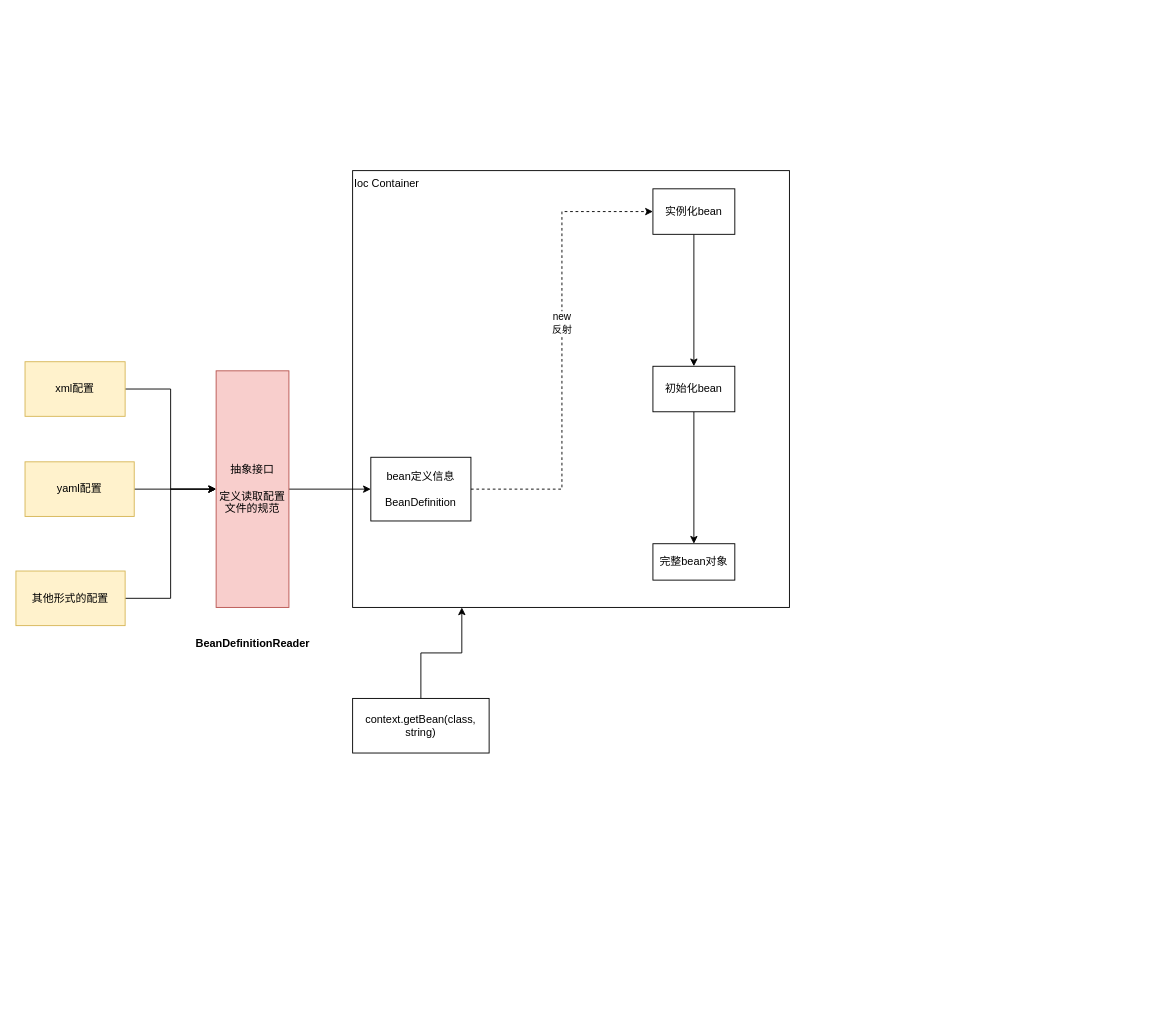
Before: java/IOC.drawio in shizimin123/draw, a draw.io diagram. Source tidied: cells renumbered, new cells numbered last; positions are measured from the earlier drawing's top-left corner, leaving out a move shared by most shapes. Both pictures are drawn from the tidied source at 91%, with x=0, y=0 at pixel (15, 170).
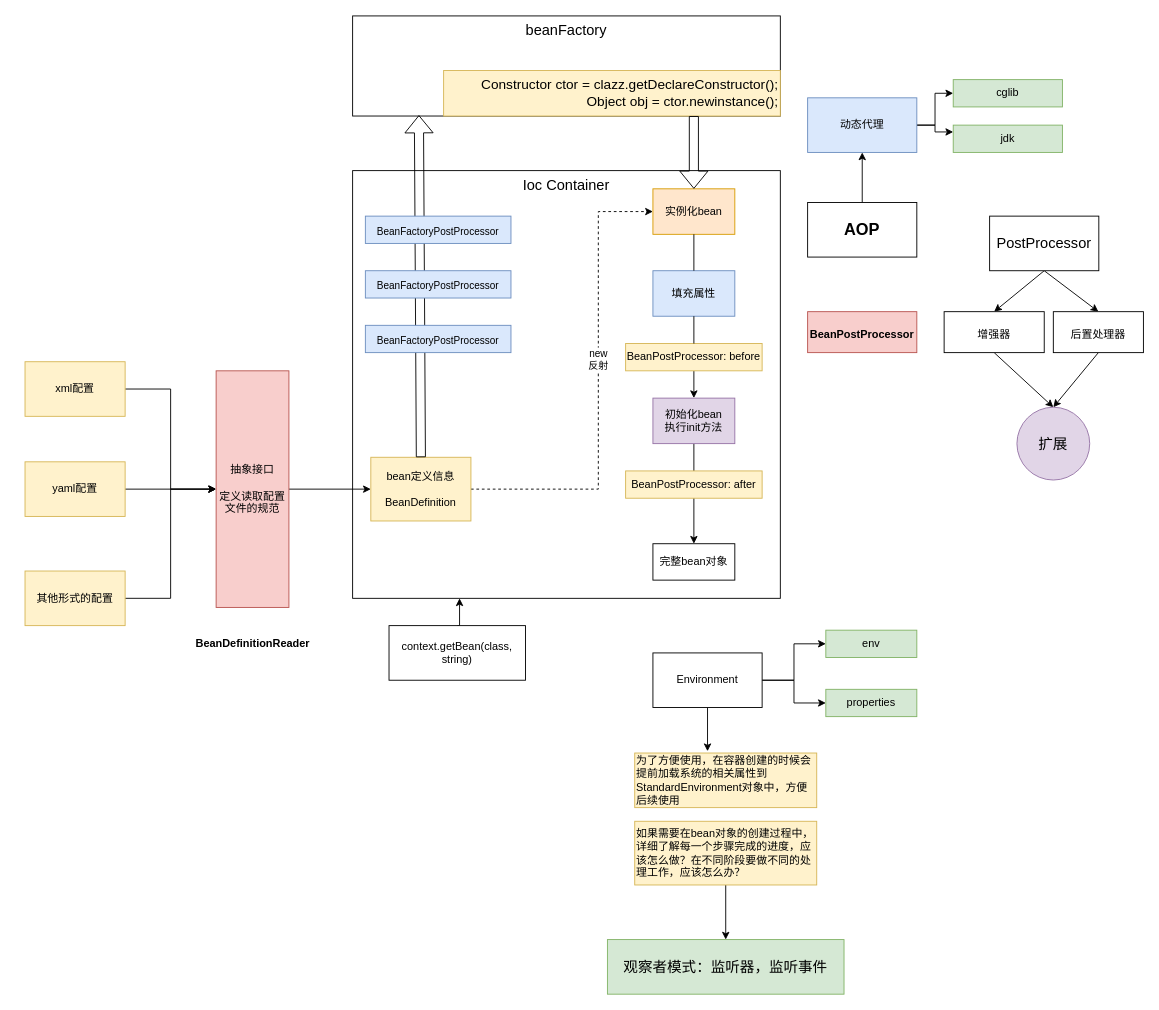
Above is the later version.

What changed in the source:
```diff
@@
-    <mxCell id="2" value="Ioc Container" style="whiteSpace=wrap;html=1;align=left;verticalAlign=top;" parent="1" vertex="1">
-      <mxGeometry x="370" width="480" height="480" as="geometry" />
+    <mxCell id="2" value="&lt;font style=&quot;font-size: 16px&quot;&gt;Ioc Container&lt;/font&gt;" style="whiteSpace=wrap;html=1;align=center;verticalAlign=top;" parent="1" vertex="1">
+      <mxGeometry x="370" width="470" height="470" as="geometry" />
     </mxCell>
@@
     <mxCell id="4" value="context.getBean(class,&lt;br&gt;string)" style="rounded=0;whiteSpace=wrap;html=1;" parent="1" vertex="1">
-      <mxGeometry x="370" y="580" width="150" height="60" as="geometry" />
+      <mxGeometry x="410" y="500" width="150" height="60" as="geometry" />
     </mxCell>
@@
     <mxCell id="8" value="yaml配置" style="rounded=0;whiteSpace=wrap;html=1;fillColor=#fff2cc;strokeColor=#d6b656;" parent="1" vertex="1">
-      <mxGeometry x="10" y="320" width="120" height="60" as="geometry" />
+      <mxGeometry x="10" y="320" width="110" height="60" as="geometry" />
     </mxCell>
@@
     <mxCell id="12" value="其他形式的配置" style="rounded=0;whiteSpace=wrap;html=1;fillColor=#fff2cc;strokeColor=#d6b656;" parent="1" vertex="1">
-      <mxGeometry y="440" width="120" height="60" as="geometry" />
+      <mxGeometry x="10" y="440" width="110" height="60" as="geometry" />
     </mxCell>
     <mxCell id="13" style="edgeStyle=orthogonalEdgeStyle;rounded=0;jettySize=auto;html=1;exitX=0.5;exitY=0;exitDx=0;exitDy=0;entryX=0;entryY=0.5;entryDx=0;entryDy=0;dashed=1;" parent="1" edge="1" source="15" target="18">
-      <mxGeometry relative="1" as="geometry" />
+      <mxGeometry relative="1" as="geometry">
+        <Array as="points">
+          <mxPoint x="640" y="350" />
+          <mxPoint x="640" y="45" />
+        </Array>
+      </mxGeometry>
     </mxCell>
@@
-    <mxCell id="15" value="bean定义信息&lt;br&gt;&lt;br&gt;BeanDefinition" style="rounded=0;whiteSpace=wrap;html=1;direction=south;" parent="1" vertex="1">
+    <mxCell id="15" value="bean定义信息&lt;br&gt;&lt;br&gt;BeanDefinition" style="rounded=0;whiteSpace=wrap;html=1;direction=south;fillColor=#fff2cc;strokeColor=#d6b656;" parent="1" vertex="1">
       <mxGeometry x="390" y="315" width="110" height="70" as="geometry" />
     </mxCell>
@@
-    <mxCell id="17" style="rounded=0;jettySize=auto;html=1;exitX=0.5;exitY=1;exitDx=0;exitDy=0;entryX=0.5;entryY=0;entryDx=0;entryDy=0;" parent="1" edge="1" source="18" target="20">
+    <mxCell id="17" style="rounded=0;jettySize=auto;html=1;exitX=0.5;exitY=1;exitDx=0;exitDy=0;entryX=0.5;entryY=0;entryDx=0;entryDy=0;startArrow=none;" parent="1" edge="1" source="39" target="20">
       <mxGeometry relative="1" as="geometry" />
     </mxCell>
-    <mxCell id="18" value="实例化bean" style="rounded=0;whiteSpace=wrap;html=1;" parent="1" vertex="1">
+    <mxCell id="18" value="实例化bean" style="rounded=0;whiteSpace=wrap;html=1;fillColor=#ffe6cc;strokeColor=#d79b00;" parent="1" vertex="1">
       <mxGeometry x="700" y="20" width="90" height="50" as="geometry" />
     </mxCell>
@@
-    <mxCell id="20" value="初始化bean" style="rounded=0;whiteSpace=wrap;html=1;" parent="1" vertex="1">
-      <mxGeometry x="700" y="215" width="90" height="50" as="geometry" />
+    <mxCell id="20" value="初始化bean&lt;br&gt;执行init方法" style="rounded=0;whiteSpace=wrap;html=1;fillColor=#e1d5e7;strokeColor=#9673a6;" parent="1" vertex="1">
+      <mxGeometry x="700" y="250" width="90" height="50" as="geometry" />
     </mxCell>
@@
+    <mxCell id="22" value="&lt;font style=&quot;font-size: 16px&quot;&gt;beanFactory&lt;/font&gt;" style="rounded=0;whiteSpace=wrap;html=1;verticalAlign=top;" parent="1" vertex="1">
+      <mxGeometry x="370" y="-170" width="470" height="110" as="geometry" />
+    </mxCell>
+    <mxCell id="23" value="&lt;div&gt;Constructor ctor = clazz.getDeclareConstructor();&lt;/div&gt;&lt;div&gt;Object obj = ctor.newinstance();&lt;/div&gt;" style="rounded=0;whiteSpace=wrap;html=1;fontSize=15;align=right;verticalAlign=top;fillColor=#fff2cc;strokeColor=#d6b656;" parent="1" vertex="1">
+      <mxGeometry x="470" y="-110" width="370" height="50" as="geometry" />
+    </mxCell>
+    <mxCell id="24" style="shape=flexArrow;endArrow=classic;html=1;rounded=0;fontSize=16;entryX=0.5;entryY=0;entryDx=0;entryDy=0;" parent="1" edge="1" target="18">
+      <mxGeometry relative="1" as="geometry">
+        <mxPoint x="745" y="-60" as="sourcePoint" />
+      </mxGeometry>
+    </mxCell>
+    <mxCell id="25" style="edgeStyle=none;rounded=0;jettySize=auto;html=1;exitX=0.5;exitY=1;exitDx=0;exitDy=0;entryX=0.5;entryY=0;entryDx=0;entryDy=0;fontSize=12;" parent="1" edge="1" source="27" target="29">
+      <mxGeometry relative="1" as="geometry" />
+    </mxCell>
+    <mxCell id="26" style="edgeStyle=none;rounded=0;jettySize=auto;html=1;exitX=0.5;exitY=1;exitDx=0;exitDy=0;entryX=0.5;entryY=0;entryDx=0;entryDy=0;fontSize=12;" parent="1" edge="1" source="27" target="31">
+      <mxGeometry relative="1" as="geometry" />
+    </mxCell>
+    <mxCell id="27" value="PostProcessor" style="rounded=0;whiteSpace=wrap;html=1;fontSize=16;" parent="1" vertex="1">
+      <mxGeometry x="1070" y="50" width="120" height="60" as="geometry" />
+    </mxCell>
+    <mxCell id="28" style="edgeStyle=none;rounded=0;jettySize=auto;html=1;exitX=0.5;exitY=1;exitDx=0;exitDy=0;fontSize=12;entryX=0.5;entryY=0;entryDx=0;entryDy=0;" parent="1" edge="1" source="29" target="49">
+      <mxGeometry relative="1" as="geometry" />
+    </mxCell>
+    <mxCell id="29" value="&lt;font style=&quot;font-size: 12px&quot;&gt;增强器&lt;/font&gt;" style="rounded=0;whiteSpace=wrap;html=1;fontSize=16;" parent="1" vertex="1">
+      <mxGeometry x="1020" y="155" width="110" height="45" as="geometry" />
+    </mxCell>
+    <mxCell id="30" style="edgeStyle=none;rounded=0;jettySize=auto;html=1;exitX=0.5;exitY=1;exitDx=0;exitDy=0;fontSize=12;entryX=0.5;entryY=0;entryDx=0;entryDy=0;" parent="1" edge="1" source="31" target="49">
+      <mxGeometry relative="1" as="geometry" />
+    </mxCell>
+    <mxCell id="31" value="&lt;font style=&quot;font-size: 12px&quot;&gt;后置处理器&lt;/font&gt;" style="rounded=0;whiteSpace=wrap;html=1;fontSize=16;" parent="1" vertex="1">
+      <mxGeometry x="1140" y="155" width="99" height="45" as="geometry" />
+    </mxCell>
+    <mxCell id="32" style="shape=flexArrow;endArrow=classic;html=1;rounded=0;fontSize=16;entryX=0.155;entryY=0.991;entryDx=0;entryDy=0;entryPerimeter=0;exitX=0;exitY=0.5;exitDx=0;exitDy=0;" parent="1" edge="1" source="15" target="22">
+      <mxGeometry relative="1" as="geometry" />
+    </mxCell>
+    <mxCell id="33" value="&lt;font style=&quot;font-size: 11px&quot;&gt;BeanFactoryPostProcessor&lt;/font&gt;" style="rounded=0;whiteSpace=wrap;html=1;fontSize=16;fillColor=#dae8fc;strokeColor=#6c8ebf;" parent="1" vertex="1">
+      <mxGeometry x="384" y="50" width="160" height="30" as="geometry" />
+    </mxCell>
+    <mxCell id="34" value="&lt;font style=&quot;font-size: 11px&quot;&gt;BeanFactoryPostProcessor&lt;/font&gt;" style="rounded=0;whiteSpace=wrap;html=1;fontSize=16;fillColor=#dae8fc;strokeColor=#6c8ebf;" parent="1" vertex="1">
+      <mxGeometry x="384" y="110" width="160" height="30" as="geometry" />
+    </mxCell>
+    <mxCell id="35" value="&lt;font style=&quot;font-size: 11px&quot;&gt;BeanFactoryPostProcessor&lt;/font&gt;" style="rounded=0;whiteSpace=wrap;html=1;fontSize=16;fillColor=#dae8fc;strokeColor=#6c8ebf;" parent="1" vertex="1">
+      <mxGeometry x="384" y="170" width="160" height="30" as="geometry" />
+    </mxCell>
+    <mxCell id="36" value="&lt;font style=&quot;font-size: 12px&quot;&gt;BeanPostProcessor&lt;br&gt;&lt;/font&gt;" style="rounded=0;whiteSpace=wrap;html=1;fontSize=16;fontStyle=1;fillColor=#f8cecc;strokeColor=#b85450;" parent="1" vertex="1">
+      <mxGeometry x="870" y="155" width="120" height="45" as="geometry" />
+    </mxCell>
+    <mxCell id="37" value="填充属性" style="rounded=0;whiteSpace=wrap;html=1;fillColor=#dae8fc;strokeColor=#6c8ebf;" parent="1" vertex="1">
+      <mxGeometry x="700" y="110" width="90" height="50" as="geometry" />
+    </mxCell>
+    <mxCell id="38" style="rounded=0;jettySize=auto;html=1;exitX=0.5;exitY=1;exitDx=0;exitDy=0;entryX=0.5;entryY=0;entryDx=0;entryDy=0;endArrow=none;" parent="1" edge="1" source="18" target="37">
+      <mxGeometry relative="1" as="geometry" />
+    </mxCell>
+    <mxCell id="39" value="BeanPostProcessor: before" style="rounded=0;whiteSpace=wrap;html=1;fontSize=12;fillColor=#fff2cc;strokeColor=#d6b656;" parent="1" vertex="1">
+      <mxGeometry x="670" y="190" width="150" height="30" as="geometry" />
+    </mxCell>
+    <mxCell id="40" style="rounded=0;jettySize=auto;html=1;exitX=0.5;exitY=1;exitDx=0;exitDy=0;entryX=0.5;entryY=0;entryDx=0;entryDy=0;startArrow=none;endArrow=none;" parent="1" edge="1" source="37" target="39">
+      <mxGeometry relative="1" as="geometry" />
+    </mxCell>
+    <mxCell id="41" value="BeanPostProcessor: after" style="rounded=0;whiteSpace=wrap;html=1;fontSize=12;fillColor=#fff2cc;strokeColor=#d6b656;" parent="1" vertex="1">
+      <mxGeometry x="670" y="330" width="150" height="30" as="geometry" />
+    </mxCell>
+    <mxCell id="42" style="edgeStyle=orthogonalEdgeStyle;rounded=0;jettySize=auto;html=1;exitX=0.5;exitY=0;exitDx=0;exitDy=0;fontSize=12;" parent="1" edge="1" source="43" target="46">
+      <mxGeometry relative="1" as="geometry" />
+    </mxCell>
+    <mxCell id="43" value="&lt;font style=&quot;font-size: 18px&quot;&gt;AOP&lt;/font&gt;" style="rounded=0;whiteSpace=wrap;html=1;fontSize=12;fontStyle=1;" parent="1" vertex="1">
+      <mxGeometry x="870" y="35" width="120" height="60" as="geometry" />
+    </mxCell>
+    <mxCell id="44" style="edgeStyle=orthogonalEdgeStyle;rounded=0;jettySize=auto;html=1;exitX=1;exitY=0.5;exitDx=0;exitDy=0;entryX=0;entryY=0.25;entryDx=0;entryDy=0;fontSize=12;" parent="1" edge="1" source="46" target="47">
+      <mxGeometry relative="1" as="geometry" />
+    </mxCell>
+    <mxCell id="45" style="edgeStyle=orthogonalEdgeStyle;rounded=0;jettySize=auto;html=1;exitX=1;exitY=0.5;exitDx=0;exitDy=0;entryX=0;entryY=0.5;entryDx=0;entryDy=0;fontSize=12;" parent="1" edge="1" source="46" target="48">
+      <mxGeometry relative="1" as="geometry" />
+    </mxCell>
+    <mxCell id="46" value="动态代理" style="rounded=0;whiteSpace=wrap;html=1;fontSize=12;fillColor=#dae8fc;strokeColor=#6c8ebf;" parent="1" vertex="1">
+      <mxGeometry x="870" y="-80" width="120" height="60" as="geometry" />
+    </mxCell>
+    <mxCell id="47" value="jdk" style="rounded=0;whiteSpace=wrap;html=1;fontSize=12;fillColor=#d5e8d4;strokeColor=#82b366;" parent="1" vertex="1">
+      <mxGeometry x="1030" y="-50" width="120" height="30" as="geometry" />
+    </mxCell>
+    <mxCell id="48" value="cglib" style="rounded=0;whiteSpace=wrap;html=1;fontSize=12;fillColor=#d5e8d4;strokeColor=#82b366;" parent="1" vertex="1">
+      <mxGeometry x="1030" y="-100" width="120" height="30" as="geometry" />
+    </mxCell>
+    <mxCell id="49" value="&lt;span style=&quot;font-size: 16px&quot;&gt;扩展&lt;/span&gt;" style="ellipse;whiteSpace=wrap;html=1;fontSize=12;fillColor=#e1d5e7;strokeColor=#9673a6;" parent="1" vertex="1">
+      <mxGeometry x="1100" y="260" width="80" height="80" as="geometry" />
+    </mxCell>
+    <mxCell id="50" style="edgeStyle=orthogonalEdgeStyle;rounded=0;jettySize=auto;html=1;exitX=1;exitY=0.5;exitDx=0;exitDy=0;entryX=0;entryY=0.5;entryDx=0;entryDy=0;fontSize=12;" parent="1" edge="1" source="53" target="54">
+      <mxGeometry relative="1" as="geometry" />
+    </mxCell>
+    <mxCell id="51" style="edgeStyle=orthogonalEdgeStyle;rounded=0;jettySize=auto;html=1;exitX=1;exitY=0.5;exitDx=0;exitDy=0;entryX=0;entryY=0.5;entryDx=0;entryDy=0;fontSize=12;" parent="1" edge="1" source="53" target="55">
+      <mxGeometry relative="1" as="geometry" />
+    </mxCell>
+    <mxCell id="52" style="edgeStyle=orthogonalEdgeStyle;rounded=0;jettySize=auto;html=1;exitX=0.5;exitY=1;exitDx=0;exitDy=0;entryX=0.4;entryY=-0.033;entryDx=0;entryDy=0;entryPerimeter=0;fontSize=16;" parent="1" edge="1" source="53" target="56">
+      <mxGeometry relative="1" as="geometry" />
+    </mxCell>
+    <mxCell id="53" value="Environment" style="rounded=0;whiteSpace=wrap;html=1;fontSize=12;" parent="1" vertex="1">
+      <mxGeometry x="700" y="530" width="120" height="60" as="geometry" />
+    </mxCell>
+    <mxCell id="54" value="env" style="rounded=0;whiteSpace=wrap;html=1;fontSize=12;fillColor=#d5e8d4;strokeColor=#82b366;" parent="1" vertex="1">
+      <mxGeometry x="890" y="505" width="100" height="30" as="geometry" />
+    </mxCell>
+    <mxCell id="55" value="properties" style="rounded=0;whiteSpace=wrap;html=1;fontSize=12;fillColor=#d5e8d4;strokeColor=#82b366;" parent="1" vertex="1">
+      <mxGeometry x="890" y="570" width="100" height="30" as="geometry" />
+    </mxCell>
+    <mxCell id="56" value="为了方便使用，在容器创建的时候会提前加载系统的相关属性到StandardEnvironment对象中，方便后续使用" style="rounded=0;whiteSpace=wrap;html=1;fontSize=12;align=left;fillColor=#fff2cc;strokeColor=#d6b656;" parent="1" vertex="1">
+      <mxGeometry x="680" y="640" width="200" height="60" as="geometry" />
+    </mxCell>
+    <mxCell id="57" style="edgeStyle=orthogonalEdgeStyle;rounded=0;jettySize=auto;html=1;exitX=0.5;exitY=1;exitDx=0;exitDy=0;entryX=0.5;entryY=0;entryDx=0;entryDy=0;fontSize=16;" parent="1" edge="1" source="58" target="59">
+      <mxGeometry relative="1" as="geometry" />
+    </mxCell>
+    <mxCell id="58" value="如果需要在bean对象的创建过程中，详细了解每一个步骤完成的进度，应该怎么做？在不同阶段要做不同的处理工作，应该怎么办？" style="rounded=0;whiteSpace=wrap;html=1;fontSize=12;align=left;fillColor=#fff2cc;strokeColor=#d6b656;" parent="1" vertex="1">
+      <mxGeometry x="680" y="715" width="200" height="70" as="geometry" />
+    </mxCell>
+    <mxCell id="59" value="观察者模式：监听器，监听事件" style="rounded=0;whiteSpace=wrap;html=1;fontSize=16;fillColor=#d5e8d4;strokeColor=#82b366;" parent="1" vertex="1">
+      <mxGeometry x="650" y="845" width="260" height="60" as="geometry" />
+    </mxCell>
```
